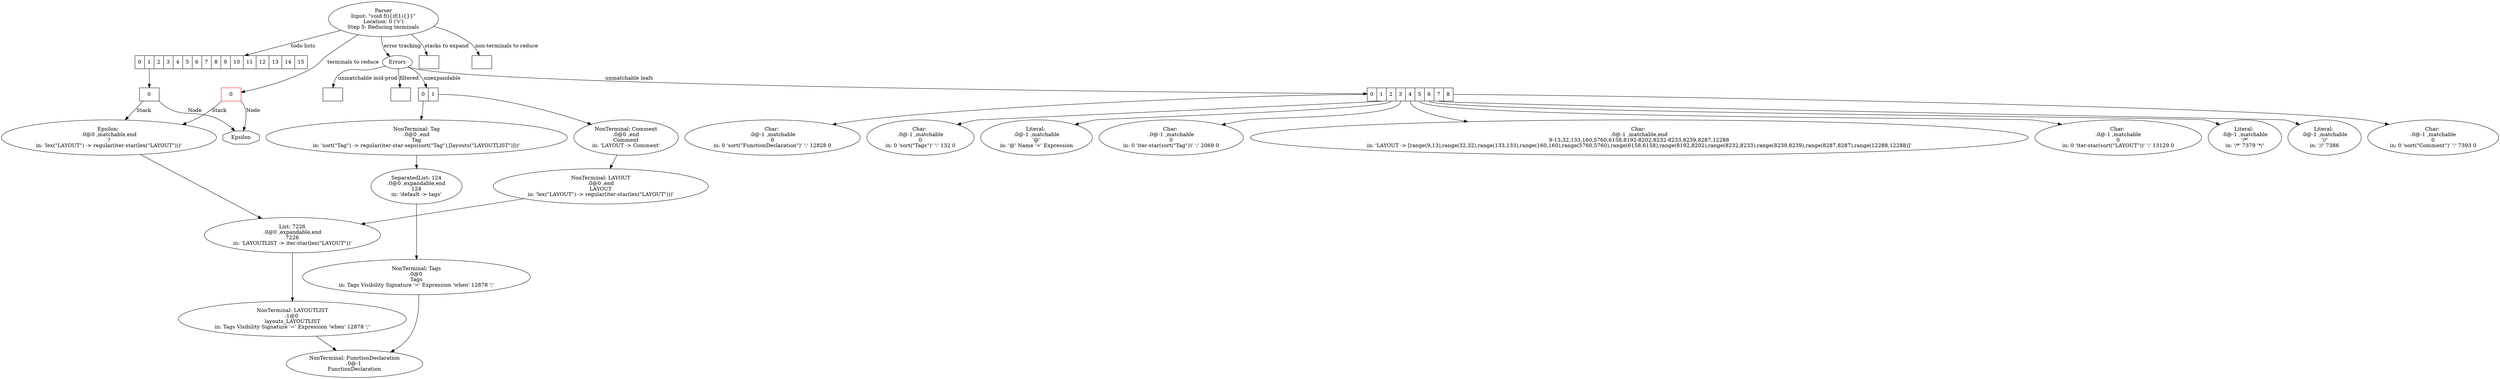
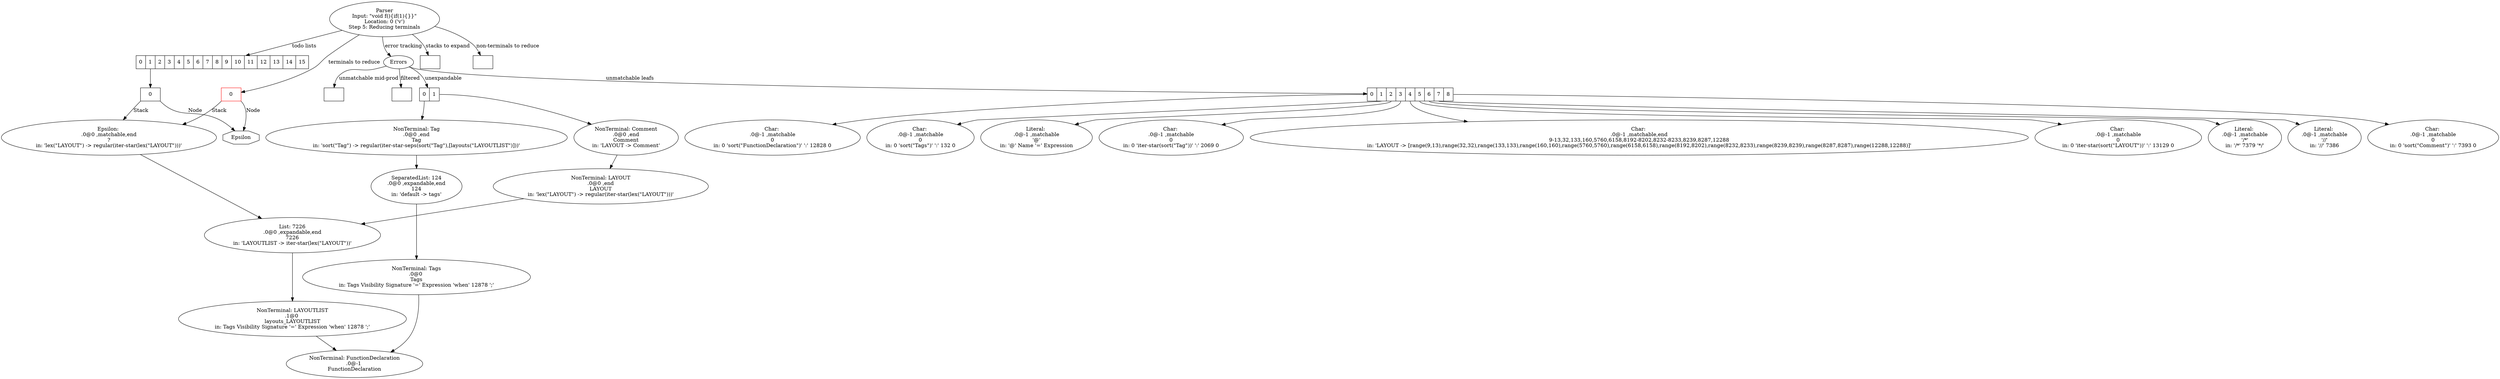
digraph Parser {
"Parser"["label"="Parser\nInput: \"void f(){if(1){}}\"\nLocation: 0 ('v')\nStep 5: Reducing terminals"];
"todo-1"["label"="<0> 0", "shape"="record"];
"-2"["label"="Epsilon: \n.0@0 ,matchable,end\n?\nin: 'lex(\"LAYOUT\") -> regular(\iter-star(lex(\"LAYOUT\")))'"];
"7226"["label"="List: 7226\n.0@0 ,expandable,end\n7226\nin: 'LAYOUTLIST -> \iter-star(lex(\"LAYOUT\"))'"];
"12860"["label"="NonTerminal: LAYOUTLIST\n.1@0 \nlayouts_LAYOUTLIST\nin: Tags Visibility Signature '=' Expression 'when' 12878 ';'"];
"-1"["label"="NonTerminal: FunctionDeclaration\n.0@-1 \nFunctionDeclaration"];
"12860" -> "-1";
"7226" -> "12860";
"-2" -> "7226";
- "todo-1":"0" -> "-2"["label"="Stack"];
+ "todo-1":"0":sw -> "-2"["label"="Stack"];
"46484886"["shape"="octagon", "label"="Epsilon"];
"todo-1":"0":se -> "46484886"["label"="Node"];
"todoLists":"1" -> "todo-1";
"todoLists"["label"="<0> 0 | <1> 1 | <2> 2 | <3> 3 | <4> 4 | <5> 5 | <6> 6 | <7> 7 | <8> 8 | <9> 9 | <10> 10 | <11> 11 | <12> 12 | <13> 13 | <14> 14 | <15> 15", "shape"="record"];
"Parser" -> "todoLists"["label"="todo lists"];
"stacksToExpand"["label"="", "shape"="record"];
"Parser" -> "stacksToExpand"["label"="stacks to expand"];
"terminalsToReduce"["label"="<0> 0", "shape"="record", "color"="red"];
"terminalsToReduce":"0":sw -> "-2"["label"="Stack"];
"terminalsToReduce":"0":se -> "46484886"["label"="Node"];
"Parser" -> "terminalsToReduce"["label"="terminals to reduce"];
"nonTerminalsToReduce"["label"="", "shape"="record"];
"Parser" -> "nonTerminalsToReduce"["label"="non-terminals to reduce"];
"122"["label"="NonTerminal: Tag\n.0@0 ,end\nTag\nin: 'sort(\"Tag\") -> regular(\iter-star-seps(sort(\"Tag\"),[layouts(\"LAYOUTLIST\")]))'"];
"124"["label"="SeparatedList: 124\n.0@0 ,expandable,end\n124\nin: 'default -> tags'"];
"12858"["label"="NonTerminal: Tags\n.0@0 \nTags\nin: Tags Visibility Signature '=' Expression 'when' 12878 ';'"];
"12858" -> "-1";
"124" -> "12858";
"122" -> "124";
"unexpandableNodes":"0" -> "122";
"13120"["label"="NonTerminal: Comment\n.0@0 ,end\nComment\nin: 'LAYOUT -> Comment'"];
"7221"["label"="NonTerminal: LAYOUT\n.0@0 ,end\nLAYOUT\nin: 'lex(\"LAYOUT\") -> regular(\iter-star(lex(\"LAYOUT\")))'"];
"7221" -> "7226";
"13120" -> "7221";
"unexpandableNodes":"1" -> "13120";
"unexpandableNodes"["label"="<0> 0 | <1> 1", "shape"="record"];
"12824"["label"="Char: \n.0@-1 ,matchable\n0\nin: 0 'sort(\"FunctionDeclaration\")' ':' 12828 0"];
"unmatchableLeafNodes":"0" -> "12824";
"128"["label"="Char: \n.0@-1 ,matchable\n0\nin: 0 'sort(\"Tags\")' ':' 132 0"];
"unmatchableLeafNodes":"1" -> "128";
"2043"["label"="Literal: \n.0@-1 ,matchable\n'@'\nin: '@' Name '=' Expression"];
"unmatchableLeafNodes":"2" -> "2043";
"2065"["label"="Char: \n.0@-1 ,matchable\n0\nin: 0 '\iter-star(sort(\"Tag\"))' ':' 2069 0"];
"unmatchableLeafNodes":"3" -> "2065";
"13122"["label"="Char: \n.0@-1 ,matchable,end\n9-13,32,133,160,5760,6158,8192-8202,8232-8233,8239,8287,12288\nin: 'LAYOUT -> [range(9,13),range(32,32),range(133,133),range(160,160),range(5760,5760),range(6158,6158),range(8192,8202),range(8232,8233),range(8239,8239),range(8287,8287),range(12288,12288)]'"];
"unmatchableLeafNodes":"4" -> "13122";
"13125"["label"="Char: \n.0@-1 ,matchable\n0\nin: 0 '\iter-star(sort(\"LAYOUT\"))' ':' 13129 0"];
"unmatchableLeafNodes":"5" -> "13125";
"7373"["label"="Literal: \n.0@-1 ,matchable\n'/*'\nin: '/*' 7379 '*/'"];
"unmatchableLeafNodes":"6" -> "7373";
"7382"["label"="Literal: \n.0@-1 ,matchable\n'//'\nin: '//' 7386"];
"unmatchableLeafNodes":"7" -> "7382";
"7389"["label"="Char: \n.0@-1 ,matchable\n0\nin: 0 'sort(\"Comment\")' ':' 7393 0"];
"unmatchableLeafNodes":"8" -> "7389";
"unmatchableLeafNodes"["label"="<0> 0 | <1> 1 | <2> 2 | <3> 3 | <4> 4 | <5> 5 | <6> 6 | <7> 7 | <8> 8", "shape"="record"];
"unmatchableMidProductionNodes"["shape"="record", "label"=""];
"filteredNodes"["label"="", "shape"="record"];
"error"["label"="Errors"];
"Parser" -> "error"["label"="error tracking"];
"error" -> "unexpandableNodes"["label"="unexpandable"];
"error" -> "unmatchableLeafNodes"["label"="unmatchable leafs"];
"error" -> "unmatchableMidProductionNodes"["label"="unmatchable mid-prod"];
"error" -> "filteredNodes"["label"="filtered"];
}
